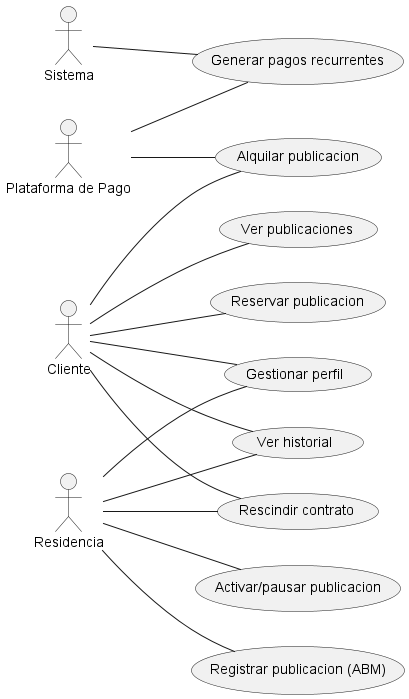
Earlier version of the PlantUML export src/diagrams/casos_de_uso.png (FacuDemarchi/residencias).
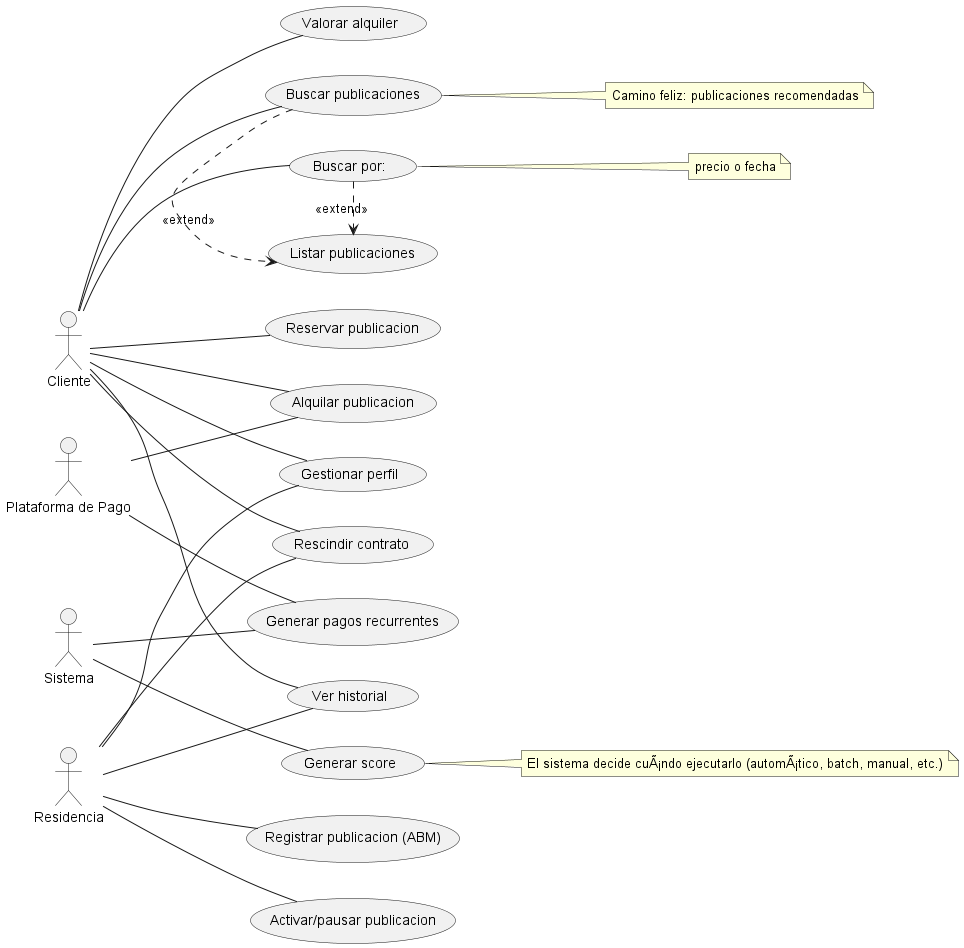
After the commit.

Commit message:
Actualiza diagramas: se reemplazan los archivos de casos de uso, entidad relación y estados de alquiler por versiones nuevas.

The edit, as a diff of the source:
```diff
@@ -7,32 +7,46 @@
 actor "Sistema" as Sistema
 actor "Plataforma de Pago" as PlataformaPago
 
-usecase "Ver publicaciones" as UC1
-usecase "Registrar publicacion (ABM)" as UC2
-usecase "Activar/pausar publicacion" as UC3
-usecase "Reservar publicacion" as UC4
-usecase "Alquilar publicacion" as UC5
-usecase "Rescindir contrato" as UC6
-usecase "Gestionar perfil" as UC7
-usecase "Ver historial" as UC8
-usecase "Generar pagos recurrentes" as UC9
+usecase "Buscar publicaciones" as UC1
+usecase "Buscar por:" as UC2
+usecase "Listar publicaciones" as UC3
+usecase "Registrar publicacion (ABM)" as UC4
+usecase "Activar/pausar publicacion" as UC5
+usecase "Reservar publicacion" as UC6
+usecase "Alquilar publicacion" as UC7
+usecase "Rescindir contrato" as UC8
+usecase "Gestionar perfil" as UC9
+usecase "Ver historial" as UC10
+usecase "Generar pagos recurrentes" as UC11
+usecase "Valorar alquiler" as UC12
+usecase "Generar score" as UC13
 
 Cliente -- UC1
-Cliente -- UC4
-Cliente -- UC5
-Cliente -- UC6
+Cliente -- UC2
 Cliente -- UC7
 Cliente -- UC8
+Cliente -- UC9
+Cliente -- UC10
+Cliente -- UC12
+Cliente -- UC6
 
-Residencia -- UC2
-Residencia -- UC3
-Residencia -- UC6
-Residencia -- UC7
+Residencia -- UC4
+Residencia -- UC5
 Residencia -- UC8
+Residencia -- UC9
+Residencia -- UC10
 
-Sistema -- UC9
+Sistema -- UC11
+Sistema -- UC13
 
-PlataformaPago -- UC5
-PlataformaPago -- UC9
+PlataformaPago -- UC7
+PlataformaPago -- UC11
+
+UC1 .> UC3 : <<extend>>
+UC2 .> UC3 : <<extend>>
+
+note right of UC2 : precio o fecha
+note right of UC1 : Camino feliz: publicaciones recomendadas
+note right of UC13 : El sistema decide cuÃ¡ndo ejecutarlo (automÃ¡tico, batch, manual, etc.)
 
 @enduml
```
